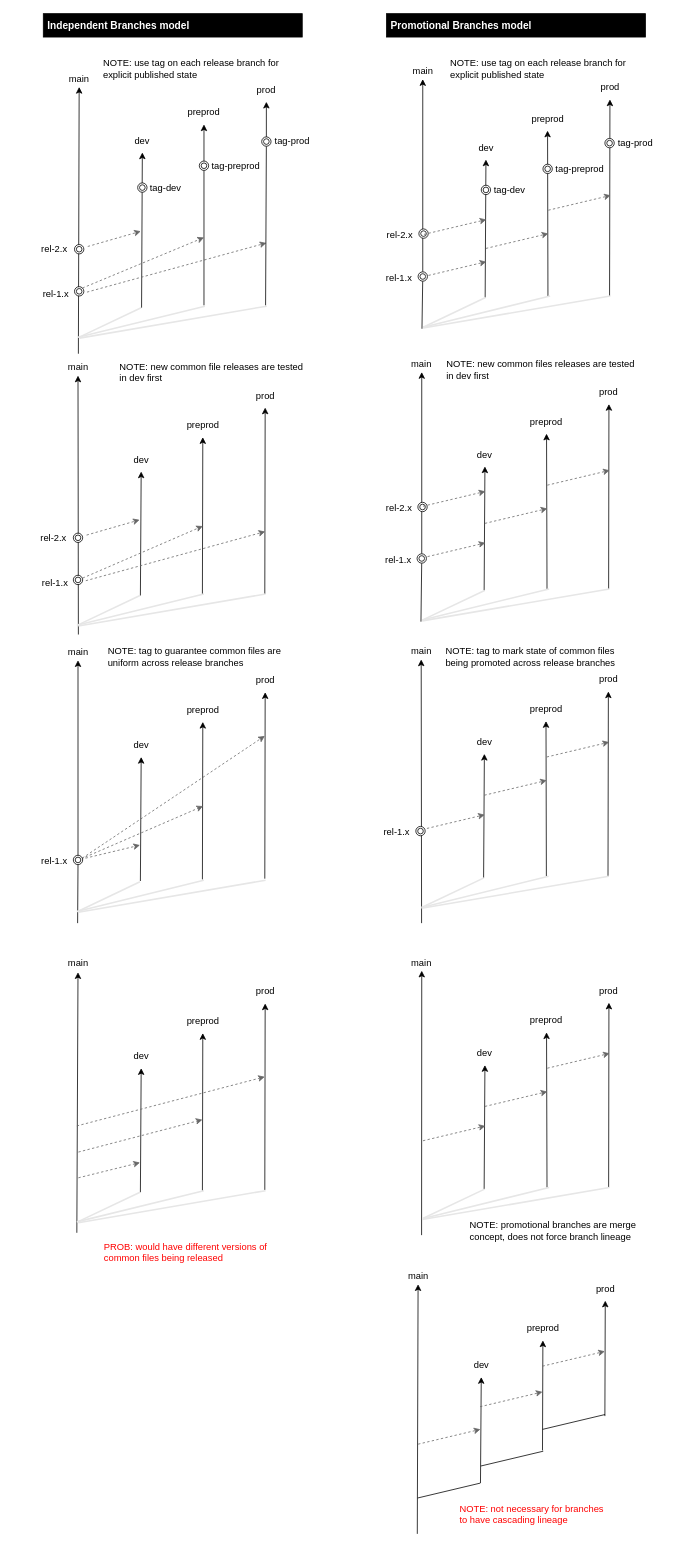
Earlier version of the draw.io diagram git/git-branch-tag-models.drawio (fabianlee/blogcode). Source tidied: cells renumbered, new cells numbered last; positions are measured from the earlier drawing's top-left corner, leaving out a move shared by most shapes. Both pictures are drawn from the tidied source at 78%, with x=0, y=0 at pixel (12, 13).
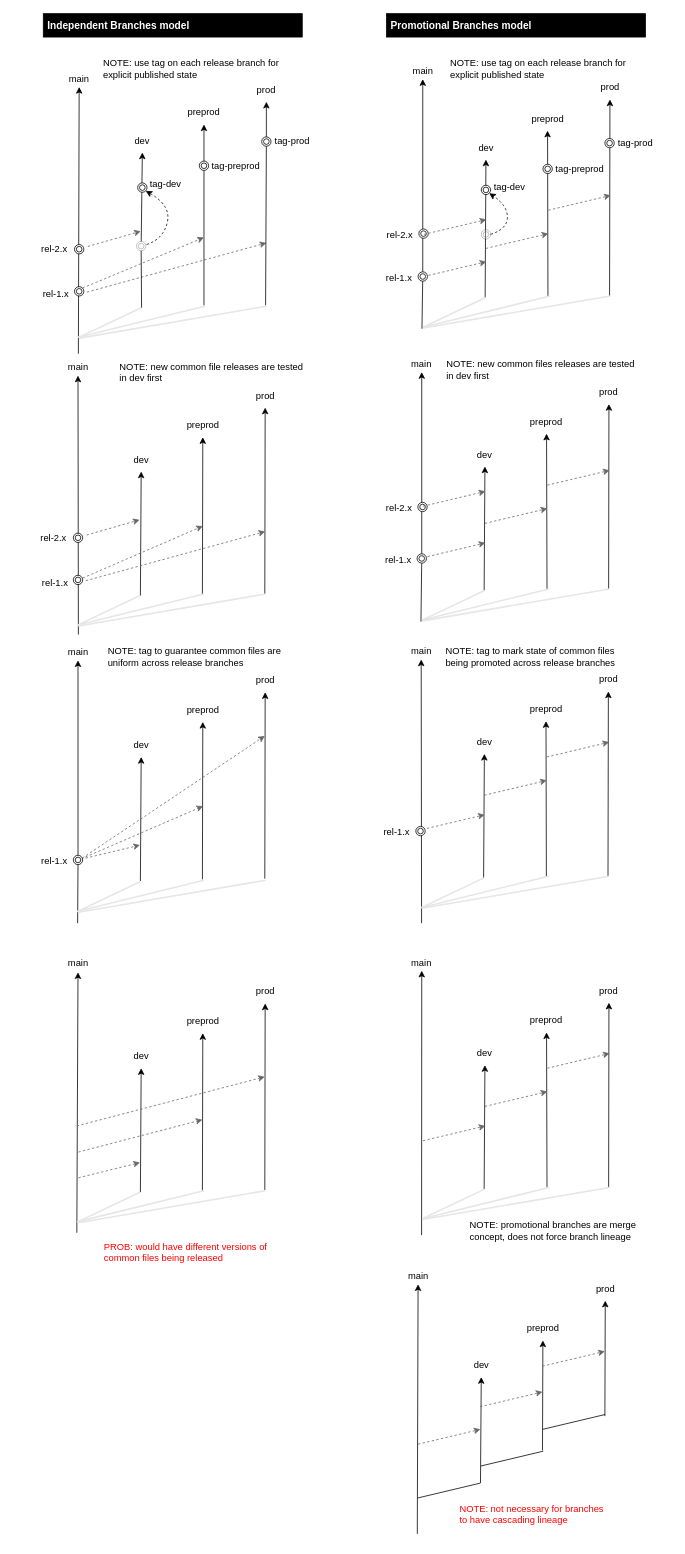
Above is the later version.

Unchanged cells that the change refers to:
```xml
<mxCell id="7" value="dev" style="text;strokeColor=none;align=center;fillColor=none;html=1;verticalAlign=middle;whiteSpace=wrap;rounded=0;" parent="1" vertex="1">
  <mxGeometry x="136" y="148" width="60" height="30" as="geometry" />
</mxCell>
<mxCell id="17" style="ellipse;shape=doubleEllipse;whiteSpace=wrap;html=1;" parent="1" vertex="1">
  <mxGeometry x="160" y="217" width="12" height="12" as="geometry" />
</mxCell>
<mxCell id="145" style="ellipse;shape=doubleEllipse;whiteSpace=wrap;html=1;" parent="1" vertex="1">
  <mxGeometry x="600.5" y="220" width="12" height="12" as="geometry" />
</mxCell>
```

What changed in the source:
```diff
@@
-    <mxCell id="3" style="endArrow=classic;html=1;rounded=0;entryX=0.5;entryY=1;entryDx=0;entryDy=0;" parent="1" edge="1" target="7">
-      <mxGeometry relative="1" as="geometry">
-        <mxPoint x="165" y="377" as="sourcePoint" />
-      </mxGeometry>
+    <mxCell id="3" style="endArrow=classic;html=1;rounded=0;entryX=0.5;entryY=1;entryDx=0;entryDy=0;startArrow=none;" parent="1" edge="1" source="182" target="7">
+      <mxGeometry relative="1" as="geometry" />
     </mxCell>
@@
     <mxCell id="22" value="tag-dev" style="text;strokeColor=none;align=left;fillColor=none;html=1;verticalAlign=middle;whiteSpace=wrap;rounded=0;" parent="1" vertex="1">
-      <mxGeometry x="174" y="214" width="50" height="20" as="geometry" />
+      <mxGeometry x="174" y="209" width="50" height="20" as="geometry" />
     </mxCell>
@@
     <mxCell id="146" value="tag-dev" style="text;strokeColor=none;align=left;fillColor=none;html=1;verticalAlign=middle;whiteSpace=wrap;rounded=0;" parent="1" vertex="1">
-      <mxGeometry x="614.5" y="217" width="50" height="20" as="geometry" />
+      <mxGeometry x="614.5" y="212" width="50" height="20" as="geometry" />
     </mxCell>
@@
+    <mxCell id="178" style="ellipse;shape=doubleEllipse;whiteSpace=wrap;html=1;opacity=30;" parent="1" vertex="1">
+      <mxGeometry x="600.5" y="277" width="12" height="12" as="geometry" />
+    </mxCell>
+    <mxCell id="179" style="curved=1;endArrow=classic;html=1;rounded=0;strokeColor=#000000;strokeWidth=1;fontColor=#000000;exitX=1;exitY=0.5;exitDx=0;exitDy=0;entryX=1;entryY=1;entryDx=0;entryDy=0;dashed=1;" parent="1" edge="1" source="178" target="145">
+      <mxGeometry relative="1" as="geometry">
+        <Array as="points">
+          <mxPoint x="634" y="276" />
+          <mxPoint x="634" y="246" />
+        </Array>
+      </mxGeometry>
+    </mxCell>
+    <mxCell id="180" style="curved=1;endArrow=classic;html=1;rounded=0;strokeColor=#000000;strokeWidth=1;fontColor=#000000;exitX=1;exitY=0.5;exitDx=0;exitDy=0;entryX=1;entryY=1;entryDx=0;entryDy=0;dashed=1;" parent="1" edge="1" target="17">
+      <mxGeometry relative="1" as="geometry">
+        <mxPoint x="171.5" y="296" as="sourcePoint" />
+        <Array as="points">
+          <mxPoint x="193" y="289" />
+          <mxPoint x="203" y="246" />
+        </Array>
+      </mxGeometry>
+    </mxCell>
+    <mxCell id="181" style="endArrow=none;html=1;rounded=0;entryX=0.5;entryY=1;entryDx=0;entryDy=0;" parent="1" edge="1" target="182">
+      <mxGeometry relative="1" as="geometry">
+        <mxPoint x="165" y="377" as="sourcePoint" />
+      </mxGeometry>
+    </mxCell>
+    <mxCell id="182" style="ellipse;shape=doubleEllipse;whiteSpace=wrap;html=1;opacity=30;" parent="1" vertex="1">
+      <mxGeometry x="158.5" y="292" width="12" height="12" as="geometry" />
+    </mxCell>
```
